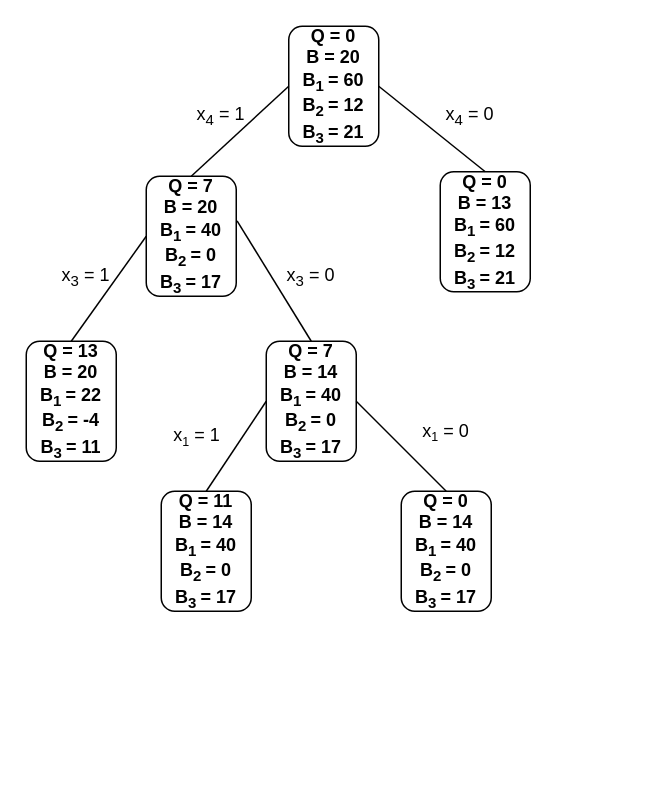
The draw.io diagram Untitled Diagram.drawio in khalidsabih/mathematical_programming, before the edit. Source tidied: cells renumbered, new cells numbered last; positions are measured from the earlier drawing's top-left corner, leaving out a move shared by most shapes. Both pictures are drawn from the tidied source at 150%, with x=0, y=0 at pixel (26, 26).
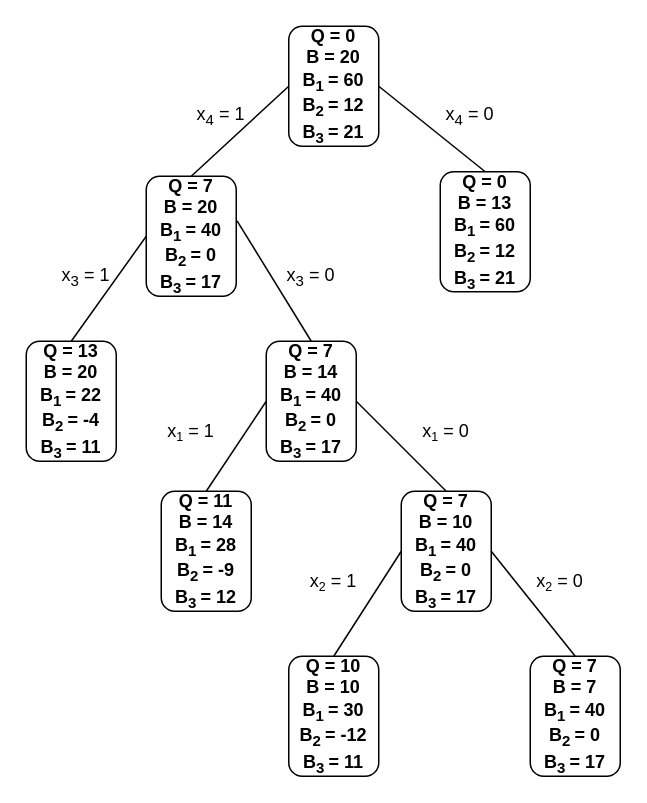
After the change.

Change to the diagram source:
```diff
@@
-    <mxCell id="15" value="&lt;b&gt;Q = 11&lt;br&gt;B = 14&lt;br&gt;B&lt;sub&gt;1&amp;nbsp;&lt;/sub&gt;= 40&lt;br&gt;B&lt;sub&gt;2&amp;nbsp;&lt;/sub&gt;= 0&lt;br&gt;B&lt;sub&gt;3&amp;nbsp;&lt;/sub&gt;= 17&lt;/b&gt;" style="rounded=1;whiteSpace=wrap;html=1;" parent="1" vertex="1">
+    <mxCell id="15" value="&lt;b&gt;Q = 11&lt;br&gt;B = 14&lt;br&gt;B&lt;sub&gt;1&amp;nbsp;&lt;/sub&gt;= 28&lt;br&gt;B&lt;sub&gt;2&amp;nbsp;&lt;/sub&gt;= -9&lt;br&gt;B&lt;sub&gt;3&amp;nbsp;&lt;/sub&gt;= 12&lt;/b&gt;" style="rounded=1;whiteSpace=wrap;html=1;" parent="1" vertex="1">
       <mxGeometry x="90" y="310" width="60" height="80" as="geometry" />
     </mxCell>
-    <mxCell id="16" value="&lt;b&gt;Q = 0&lt;br&gt;B = 14&lt;br&gt;B&lt;sub&gt;1&amp;nbsp;&lt;/sub&gt;= 40&lt;br&gt;B&lt;sub&gt;2&amp;nbsp;&lt;/sub&gt;= 0&lt;br&gt;B&lt;sub&gt;3&amp;nbsp;&lt;/sub&gt;= 17&lt;/b&gt;" style="rounded=1;whiteSpace=wrap;html=1;" parent="1" vertex="1">
+    <mxCell id="16" value="&lt;b&gt;Q = 7&lt;br&gt;B = 10&lt;br&gt;B&lt;sub&gt;1&amp;nbsp;&lt;/sub&gt;= 40&lt;br&gt;B&lt;sub&gt;2&amp;nbsp;&lt;/sub&gt;= 0&lt;br&gt;B&lt;sub&gt;3&amp;nbsp;&lt;/sub&gt;= 17&lt;/b&gt;" style="rounded=1;whiteSpace=wrap;html=1;" parent="1" vertex="1">
       <mxGeometry x="250" y="310" width="60" height="80" as="geometry" />
     </mxCell>
@@
-    <mxCell id="19" value="x&lt;span style=&quot;font-size: 10px&quot;&gt;&lt;sub&gt;1&lt;/sub&gt;&lt;/span&gt;&amp;nbsp;= 1" style="text;html=1;strokeColor=none;fillColor=none;align=center;verticalAlign=middle;whiteSpace=wrap;rounded=0;rotation=0;" parent="1" vertex="1">
-      <mxGeometry x="94" y="263" width="40" height="20" as="geometry" />
+    <mxCell id="19" value="x&lt;span style=&quot;font-size: 10px&quot;&gt;&lt;sub&gt;2&lt;/sub&gt;&lt;/span&gt;&amp;nbsp;= 1" style="text;html=1;strokeColor=none;fillColor=none;align=center;verticalAlign=middle;whiteSpace=wrap;rounded=0;rotation=0;" parent="1" vertex="1">
+      <mxGeometry x="185" y="360" width="40" height="20" as="geometry" />
     </mxCell>
@@
+    <mxCell id="21" value="&lt;b&gt;Q = 10&lt;br&gt;B = 10&lt;br&gt;B&lt;sub&gt;1&amp;nbsp;&lt;/sub&gt;= 30&lt;br&gt;B&lt;sub&gt;2&amp;nbsp;&lt;/sub&gt;= -12&lt;br&gt;B&lt;sub&gt;3&amp;nbsp;&lt;/sub&gt;= 11&lt;/b&gt;" style="rounded=1;whiteSpace=wrap;html=1;" parent="1" vertex="1">
+      <mxGeometry x="175" y="420" width="60" height="80" as="geometry" />
+    </mxCell>
+    <mxCell id="22" value="&lt;b&gt;Q = 7&lt;br&gt;B = 7&lt;br&gt;B&lt;sub&gt;1&amp;nbsp;&lt;/sub&gt;= 40&lt;br&gt;B&lt;sub&gt;2&amp;nbsp;&lt;/sub&gt;= 0&lt;br&gt;B&lt;sub&gt;3&amp;nbsp;&lt;/sub&gt;= 17&lt;/b&gt;" style="rounded=1;whiteSpace=wrap;html=1;" parent="1" vertex="1">
+      <mxGeometry x="336" y="420" width="60" height="80" as="geometry" />
+    </mxCell>
+    <mxCell id="23" style="endArrow=none;html=1;entryX=0;entryY=0.5;entryDx=0;entryDy=0;exitX=0.5;exitY=0;exitDx=0;exitDy=0;" parent="1" edge="1" source="21" target="16">
+      <mxGeometry relative="1" as="geometry" />
+    </mxCell>
+    <mxCell id="24" style="endArrow=none;html=1;exitX=1;exitY=0.5;exitDx=0;exitDy=0;entryX=0.5;entryY=0;entryDx=0;entryDy=0;" parent="1" edge="1" source="16" target="22">
+      <mxGeometry relative="1" as="geometry" />
+    </mxCell>
+    <mxCell id="25" value="x&lt;span style=&quot;font-size: 10px&quot;&gt;&lt;sub&gt;2&lt;/sub&gt;&lt;/span&gt;&amp;nbsp;= 0" style="text;html=1;strokeColor=none;fillColor=none;align=center;verticalAlign=middle;whiteSpace=wrap;rounded=0;rotation=0;" parent="1" vertex="1">
+      <mxGeometry x="336" y="360" width="40" height="20" as="geometry" />
+    </mxCell>
+    <mxCell id="26" value="x&lt;span style=&quot;font-size: 10px&quot;&gt;&lt;sub&gt;1&lt;/sub&gt;&lt;/span&gt;&amp;nbsp;= 1" style="text;html=1;strokeColor=none;fillColor=none;align=center;verticalAlign=middle;whiteSpace=wrap;rounded=0;rotation=0;" parent="1" vertex="1">
+      <mxGeometry x="90" y="260" width="40" height="20" as="geometry" />
+    </mxCell>
```
